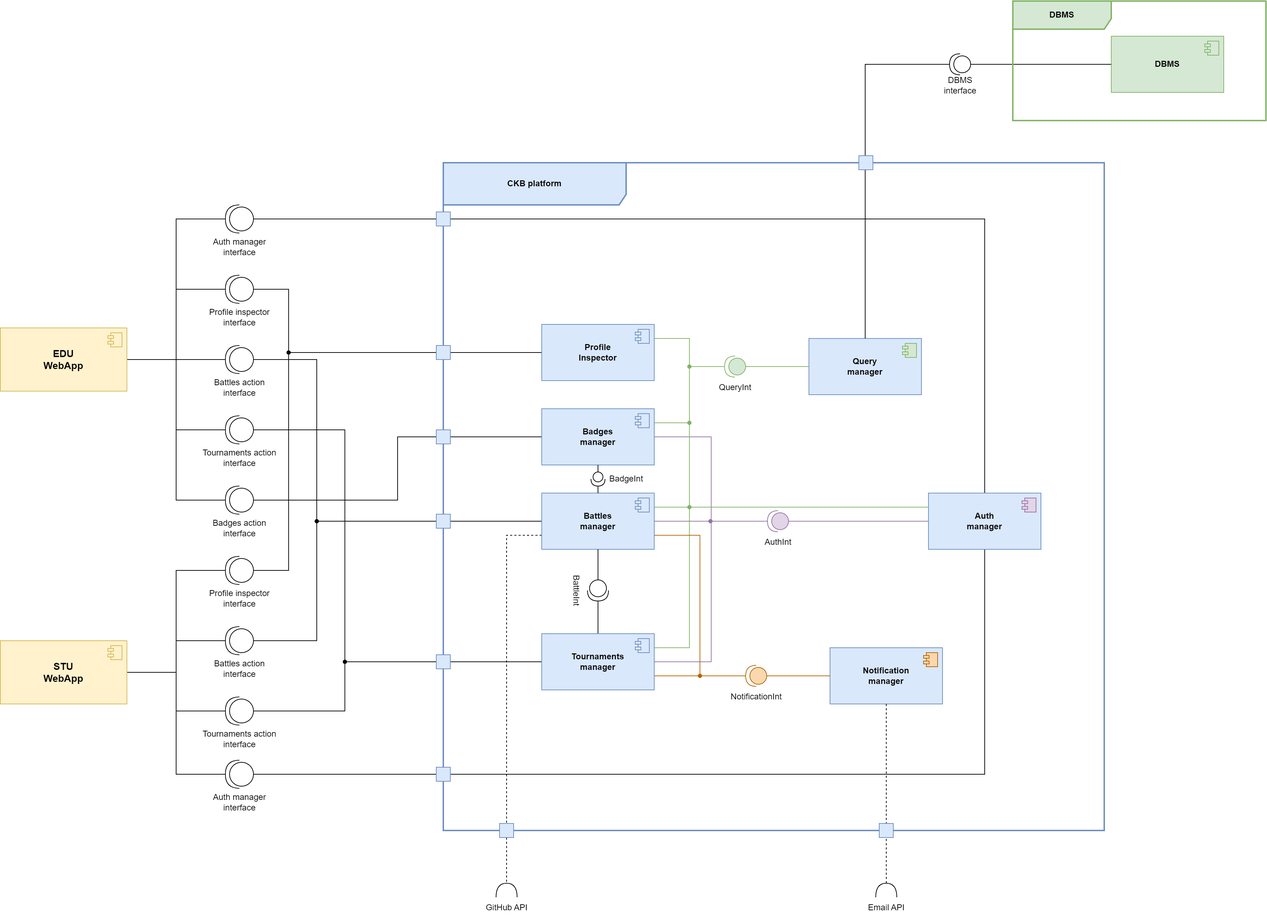
Above: DD/images/diagrams/component_diagram.png in pontig/sw-eng-2-PasiniPontiggiaStasi (draw.io), before the change. Source tidied: cells renumbered, new cells last; positions are measured from the earlier drawing's top-left corner, leaving out a move shared by most shapes.
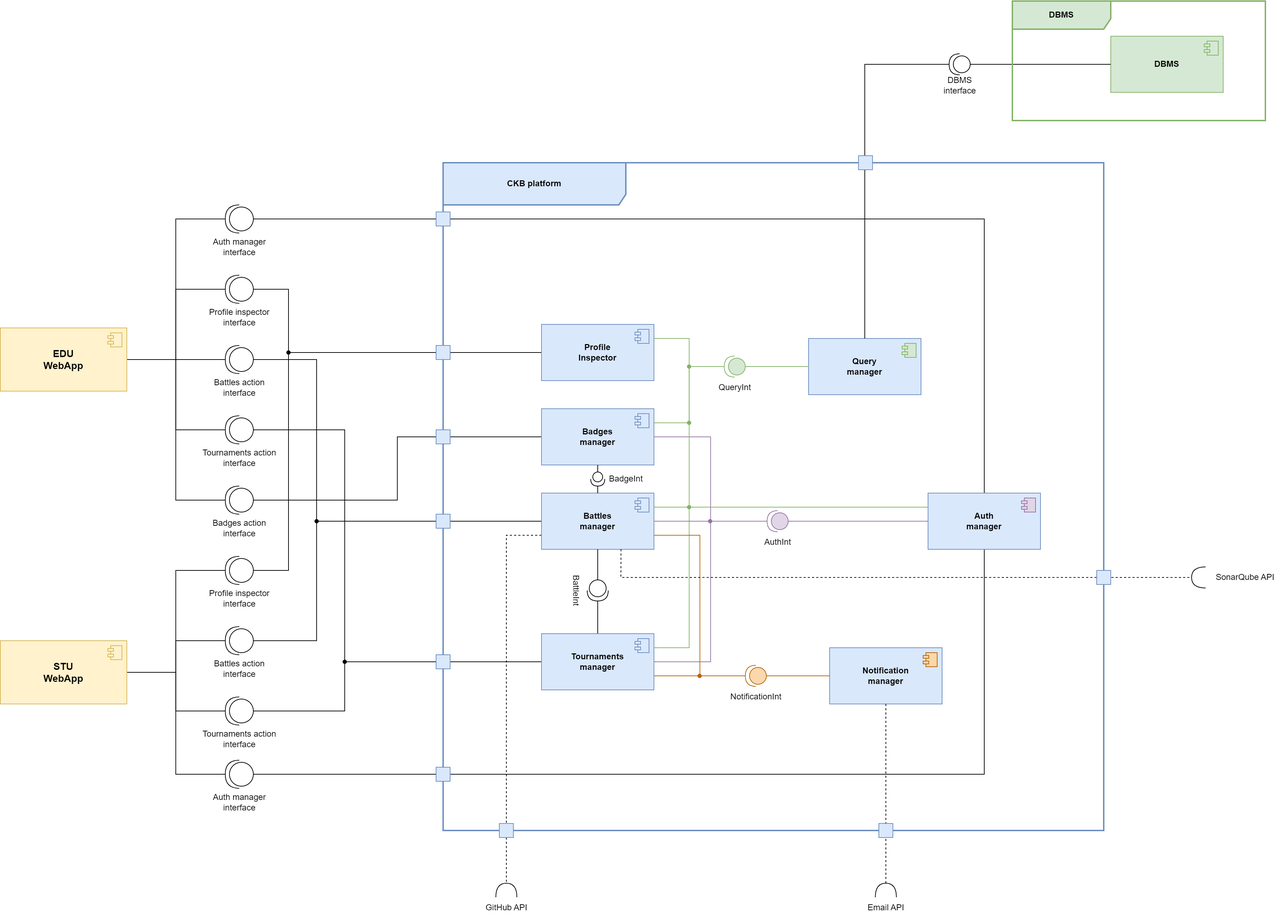
The same file after the commit.

Commit message:
added slides about alloy and static analysis tool, modified component diagram adding endpoint for sonarqube

Diff of the diagram source:
```diff
@@ -371,5 +371,22 @@
     <mxCell id="106" value="BadgeInt" style="text;html=1;align=center;verticalAlign=middle;strokeColor=none;fillColor=none;" parent="1" vertex="1">
       <mxGeometry x="855" y="665" width="70" height="30" as="geometry" />
     </mxCell>
+    <mxCell id="107" style="endArrow=none;dashed=1;html=1;rounded=0;exitX=0.707;exitY=0.999;exitDx=0;exitDy=0;exitPerimeter=0;" parent="1" edge="1" source="46">
+      <mxGeometry relative="1" as="geometry">
+        <mxPoint x="1691.9" y="820" as="targetPoint" />
+        <Array as="points">
+          <mxPoint x="883" y="820" />
+        </Array>
+      </mxGeometry>
+    </mxCell>
+    <mxCell id="108" style="shape=requiredInterface;html=1;verticalLabelPosition=bottom;sketch=0;rotation=-90;direction=north;" parent="1" vertex="1">
+      <mxGeometry x="1690" y="810" width="30" height="20" as="geometry" />
+    </mxCell>
+    <mxCell id="109" value="SonarQube API" style="text;html=1;align=center;verticalAlign=middle;strokeColor=none;fillColor=none;" parent="1" vertex="1">
+      <mxGeometry x="1716" y="805" width="110" height="30" as="geometry" />
+    </mxCell>
+    <mxCell id="110" style="rounded=0;whiteSpace=wrap;html=1;fillColor=#dae8fc;strokeColor=#6c8ebf;" parent="1" vertex="1">
+      <mxGeometry x="1560" y="810" width="20" height="20" as="geometry" />
+    </mxCell>
   </root>
 </mxGraphModel>
```
